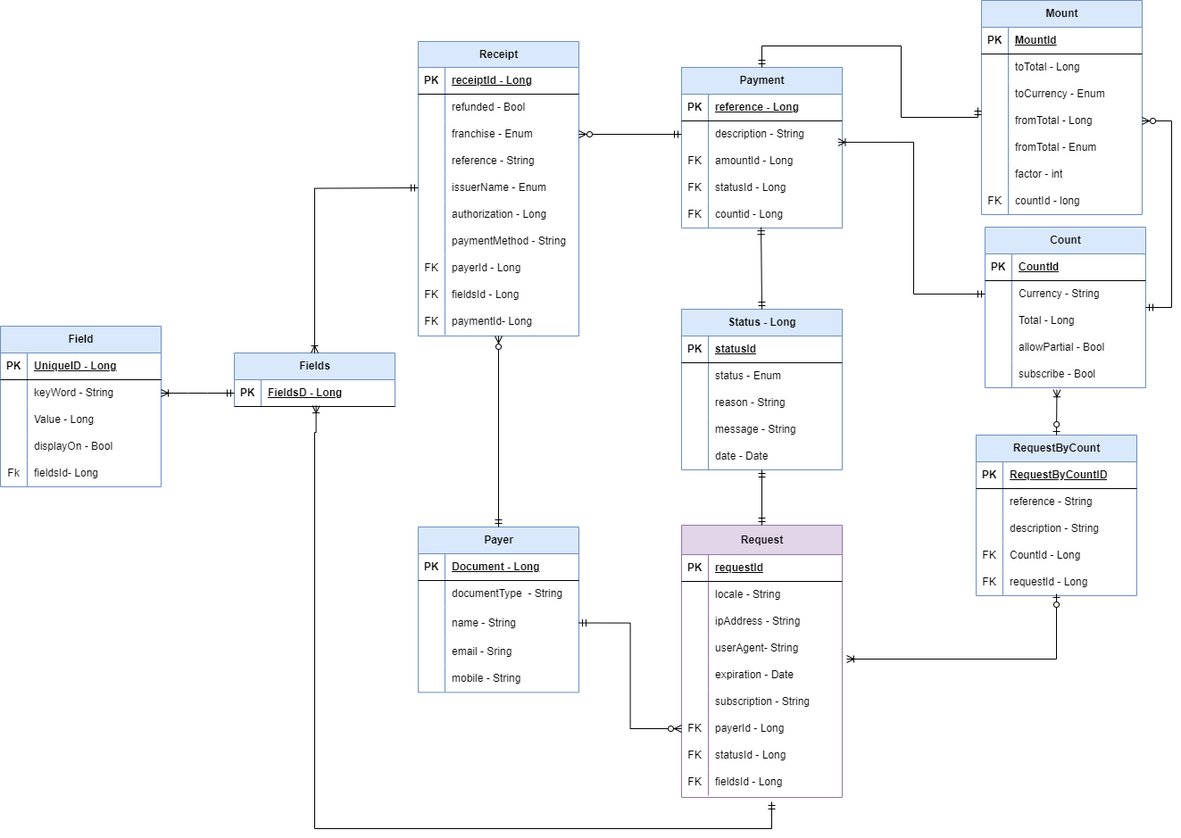
Earlier version of the draw.io export Documentacion/Diagrama Entidad Relacion/Diagrama Entidad Relacion.png (MuelitasVil/API-de-pagos-.net). Source tidied: cells renumbered, new cells last; positions are measured from the earlier drawing's top-left corner, leaving out a move shared by most shapes.
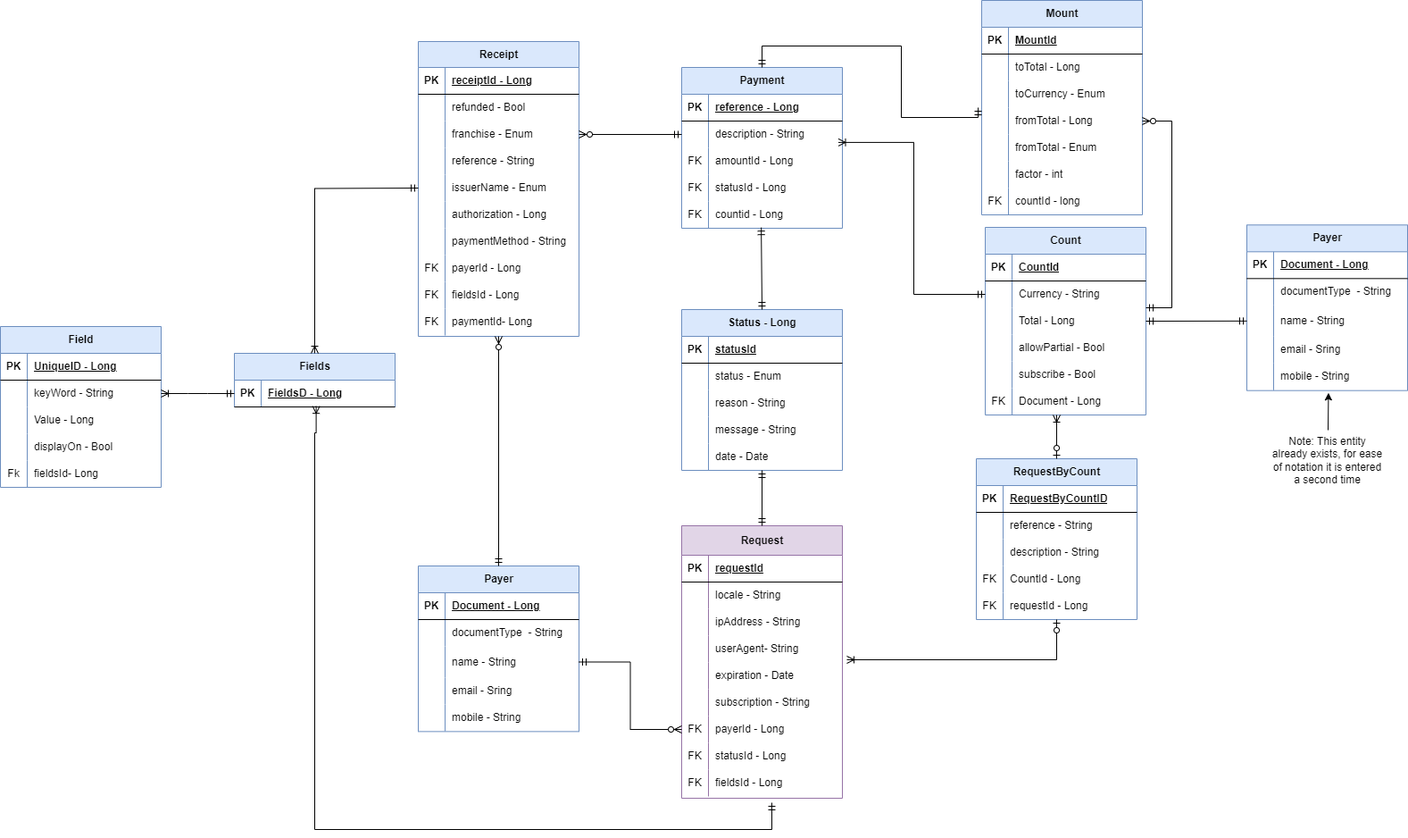
After the commit.

Diff of the diagram source:
```diff
@@ -138,7 +138,7 @@
       <mxGeometry relative="1" as="geometry" />
     </mxCell>
     <mxCell id="47" value="Payer" style="shape=table;startSize=30;rowLines=0;fontStyle=1;align=center;html=1;fillColor=#dae8fc;strokeColor=#6c8ebf;" parent="1" vertex="1">
-      <mxGeometry x="468" y="590" width="180" height="185.4" as="geometry" />
+      <mxGeometry x="468" y="633" width="180" height="185.4" as="geometry" />
     </mxCell>
     <mxCell id="48" style="shape=tableRow;horizontal=0;startSize=0;swimlaneHead=0;swimlaneBody=0;fillColor=none;top=0;left=0;right=0;bottom=1;" parent="47" vertex="1">
       <mxGeometry y="30" width="180" height="30" as="geometry" />
@@ -339,7 +339,7 @@
       <mxGeometry relative="1" as="geometry" />
     </mxCell>
     <mxCell id="114" value="Count" style="shape=table;startSize=30;rowLines=0;fontStyle=1;align=center;html=1;fillColor=#dae8fc;strokeColor=#6c8ebf;" parent="1" vertex="1">
-      <mxGeometry x="1103" y="254" width="180" height="180" as="geometry" />
+      <mxGeometry x="1103" y="254" width="180" height="210" as="geometry" />
     </mxCell>
     <mxCell id="115" style="shape=tableRow;horizontal=0;startSize=0;swimlaneHead=0;swimlaneBody=0;fillColor=none;top=0;left=0;right=0;bottom=1;" parent="114" vertex="1">
       <mxGeometry y="30" width="180" height="30" as="geometry" />
@@ -386,8 +386,17 @@
     <mxCell id="129" value="subscribe - Bool" style="shape=partialRectangle;fillColor=none;top=0;left=0;bottom=0;right=0;align=left;spacingLeft=6;overflow=hidden;whiteSpace=wrap;html=1;" parent="127" vertex="1">
       <mxGeometry x="30" width="150" height="30" as="geometry" />
     </mxCell>
+    <mxCell id="196" style="shape=tableRow;horizontal=0;startSize=0;swimlaneHead=0;swimlaneBody=0;fillColor=none;top=0;left=0;right=0;bottom=0;" parent="114" vertex="1">
+      <mxGeometry y="180" width="180" height="30" as="geometry" />
+    </mxCell>
+    <mxCell id="197" value="FK" style="shape=partialRectangle;fillColor=none;top=0;left=0;bottom=0;right=0;overflow=hidden;whiteSpace=wrap;html=1;" parent="196" vertex="1">
+      <mxGeometry width="30" height="30" as="geometry" />
+    </mxCell>
+    <mxCell id="198" value="Document - Long" style="shape=partialRectangle;fillColor=none;top=0;left=0;bottom=0;right=0;align=left;spacingLeft=6;overflow=hidden;whiteSpace=wrap;html=1;" parent="196" vertex="1">
+      <mxGeometry x="30" width="150" height="30" as="geometry" />
+    </mxCell>
     <mxCell id="130" value="RequestByCount" style="shape=table;startSize=30;rowLines=0;fontStyle=1;align=center;html=1;fillColor=#dae8fc;strokeColor=#6c8ebf;" parent="1" vertex="1">
-      <mxGeometry x="1093" y="487" width="180" height="180" as="geometry" />
+      <mxGeometry x="1093" y="513" width="180" height="180" as="geometry" />
     </mxCell>
     <mxCell id="131" style="shape=tableRow;horizontal=0;startSize=0;swimlaneHead=0;swimlaneBody=0;fillColor=none;top=0;left=0;right=0;bottom=1;" parent="130" vertex="1">
       <mxGeometry y="30" width="180" height="30" as="geometry" />
@@ -434,12 +443,13 @@
     <mxCell id="145" value="requestId - Long" style="shape=partialRectangle;fillColor=none;top=0;left=0;bottom=0;right=0;align=left;spacingLeft=6;overflow=hidden;whiteSpace=wrap;html=1;" parent="143" vertex="1">
       <mxGeometry x="30" width="150" height="30" as="geometry" />
     </mxCell>
-    <mxCell id="146" style="fontSize=12;html=1;endArrow=ERoneToMany;startArrow=ERzeroToOne;rounded=0;exitX=0.5;exitY=0;exitDx=0;exitDy=0;entryX=0.447;entryY=1.075;entryDx=0;entryDy=0;entryPerimeter=0;" parent="1" edge="1" source="130" target="127">
-      <mxGeometry relative="1" as="geometry" />
+    <mxCell id="146" style="fontSize=12;html=1;endArrow=ERoneToMany;startArrow=ERzeroToOne;rounded=0;exitX=0.5;exitY=0;exitDx=0;exitDy=0;" parent="1" edge="1" source="130">
+      <mxGeometry relative="1" as="geometry">
+        <mxPoint x="1183" y="464" as="targetPoint" />
+      </mxGeometry>
     </mxCell>
-    <mxCell id="147" style="edgeStyle=orthogonalEdgeStyle;fontSize=12;html=1;endArrow=ERoneToMany;startArrow=ERzeroToOne;rounded=0;" parent="1" edge="1">
+    <mxCell id="147" style="edgeStyle=orthogonalEdgeStyle;fontSize=12;html=1;endArrow=ERoneToMany;startArrow=ERzeroToOne;rounded=0;" parent="1" edge="1" source="143">
       <mxGeometry relative="1" as="geometry">
-        <mxPoint x="1183" y="665" as="sourcePoint" />
         <mxPoint x="948" y="738" as="targetPoint" />
         <Array as="points">
           <mxPoint x="1183" y="738" />
@@ -611,5 +621,64 @@
         </Array>
       </mxGeometry>
     </mxCell>
+    <mxCell id="199" value="Payer" style="shape=table;startSize=30;rowLines=0;fontStyle=1;align=center;html=1;fillColor=#dae8fc;strokeColor=#6c8ebf;" parent="1" vertex="1">
+      <mxGeometry x="1396" y="251.3" width="180" height="185.4" as="geometry" />
+    </mxCell>
+    <mxCell id="200" style="shape=tableRow;horizontal=0;startSize=0;swimlaneHead=0;swimlaneBody=0;fillColor=none;top=0;left=0;right=0;bottom=1;" parent="199" vertex="1">
+      <mxGeometry y="30" width="180" height="30" as="geometry" />
+    </mxCell>
+    <mxCell id="201" value="PK" style="shape=partialRectangle;fillColor=none;top=0;left=0;bottom=0;right=0;fontStyle=1;overflow=hidden;whiteSpace=wrap;html=1;" parent="200" vertex="1">
+      <mxGeometry width="30" height="30" as="geometry" />
+    </mxCell>
+    <mxCell id="202" value="Document - Long" style="shape=partialRectangle;fillColor=none;top=0;left=0;bottom=0;right=0;align=left;spacingLeft=6;fontStyle=5;overflow=hidden;whiteSpace=wrap;html=1;" parent="200" vertex="1">
+      <mxGeometry x="30" width="150" height="30" as="geometry" />
+    </mxCell>
+    <mxCell id="203" style="shape=tableRow;horizontal=0;startSize=0;swimlaneHead=0;swimlaneBody=0;fillColor=none;top=0;left=0;right=0;bottom=0;" parent="199" vertex="1">
+      <mxGeometry y="60" width="180" height="30" as="geometry" />
+    </mxCell>
+    <mxCell id="204" style="shape=partialRectangle;fillColor=none;top=0;left=0;bottom=0;right=0;overflow=hidden;whiteSpace=wrap;html=1;" parent="203" vertex="1">
+      <mxGeometry width="30" height="30" as="geometry" />
+    </mxCell>
+    <mxCell id="205" value="documentType&amp;nbsp; - String" style="shape=partialRectangle;fillColor=none;top=0;left=0;bottom=0;right=0;align=left;spacingLeft=6;overflow=hidden;whiteSpace=wrap;html=1;" parent="203" vertex="1">
+      <mxGeometry x="30" width="150" height="30" as="geometry" />
+    </mxCell>
+    <mxCell id="206" style="shape=tableRow;horizontal=0;startSize=0;swimlaneHead=0;swimlaneBody=0;fillColor=none;points=[[0,0.5],[1,0.5]];portConstraint=eastwest;top=0;left=0;right=0;bottom=0;" parent="199" vertex="1">
+      <mxGeometry y="90" width="180" height="35" as="geometry" />
+    </mxCell>
+    <mxCell id="207" style="shape=partialRectangle;fillColor=none;top=0;left=0;bottom=0;right=0;overflow=hidden;whiteSpace=wrap;html=1;" parent="206" vertex="1">
+      <mxGeometry width="30" height="35" as="geometry" />
+    </mxCell>
+    <mxCell id="208" value="name - String" style="shape=partialRectangle;fillColor=none;top=0;left=0;bottom=0;right=0;align=left;spacingLeft=6;overflow=hidden;whiteSpace=wrap;html=1;" parent="206" vertex="1">
+      <mxGeometry x="30" width="150" height="35" as="geometry" />
+    </mxCell>
+    <mxCell id="209" style="shape=tableRow;horizontal=0;startSize=0;swimlaneHead=0;swimlaneBody=0;fillColor=none;top=0;left=0;right=0;bottom=0;" parent="199" vertex="1">
+      <mxGeometry y="125" width="180" height="30" as="geometry" />
+    </mxCell>
+    <mxCell id="210" style="shape=partialRectangle;fillColor=none;top=0;left=0;bottom=0;right=0;overflow=hidden;whiteSpace=wrap;html=1;" parent="209" vertex="1">
+      <mxGeometry width="30" height="30" as="geometry" />
+    </mxCell>
+    <mxCell id="211" value="email - Sring" style="shape=partialRectangle;fillColor=none;top=0;left=0;bottom=0;right=0;align=left;spacingLeft=6;overflow=hidden;whiteSpace=wrap;html=1;" parent="209" vertex="1">
+      <mxGeometry x="30" width="150" height="30" as="geometry" />
+    </mxCell>
+    <mxCell id="212" style="shape=tableRow;horizontal=0;startSize=0;swimlaneHead=0;swimlaneBody=0;fillColor=none;points=[[0,0.5],[1,0.5]];portConstraint=eastwest;top=0;left=0;right=0;bottom=0;" parent="199" vertex="1">
+      <mxGeometry y="155" width="180" height="30" as="geometry" />
+    </mxCell>
+    <mxCell id="213" style="shape=partialRectangle;fillColor=none;top=0;left=0;bottom=0;right=0;overflow=hidden;whiteSpace=wrap;html=1;" parent="212" vertex="1">
+      <mxGeometry width="30" height="30" as="geometry" />
+    </mxCell>
+    <mxCell id="214" value="mobile - String" style="shape=partialRectangle;fillColor=none;top=0;left=0;bottom=0;right=0;align=left;spacingLeft=6;overflow=hidden;whiteSpace=wrap;html=1;" parent="212" vertex="1">
+      <mxGeometry x="30" width="150" height="30" as="geometry" />
+    </mxCell>
+    <mxCell id="215" style="rounded=0;jettySize=auto;html=1;entryX=0.508;entryY=1.097;entryDx=0;entryDy=0;entryPerimeter=0;" parent="1" edge="1" target="212">
+      <mxGeometry relative="1" as="geometry">
+        <mxPoint x="1487" y="481" as="sourcePoint" />
+      </mxGeometry>
+    </mxCell>
+    <mxCell id="216" value="Note: This entity already exists, for ease of notation it is entered a second time" style="text;html=1;strokeColor=none;fillColor=none;align=center;verticalAlign=middle;whiteSpace=wrap;rounded=0;" parent="1" vertex="1">
+      <mxGeometry x="1422.5" y="500" width="127" height="30" as="geometry" />
+    </mxCell>
+    <mxCell id="217" style="fontSize=12;html=1;endArrow=ERmandOne;startArrow=ERmandOne;rounded=0;exitX=1;exitY=0.5;exitDx=0;exitDy=0;entryX=0;entryY=0.5;entryDx=0;entryDy=0;" parent="1" edge="1" source="121" target="206">
+      <mxGeometry relative="1" as="geometry" />
+    </mxCell>
   </root>
 </mxGraphModel>
```
